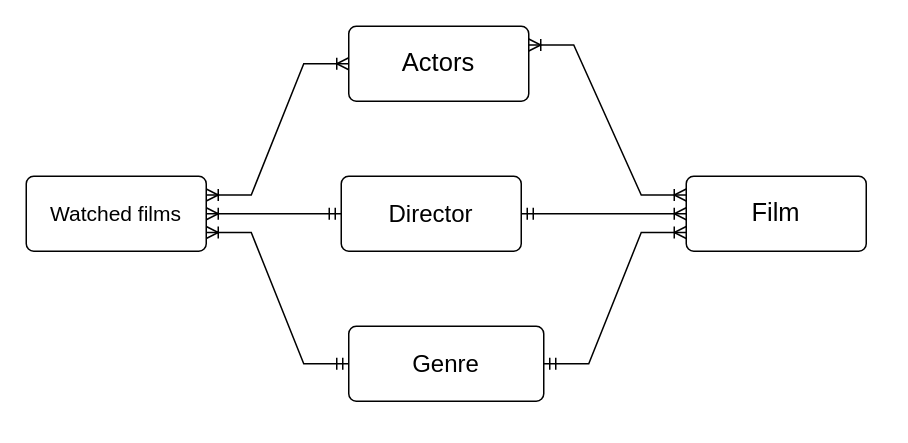
Before: Untitled Diagram.drawio in KhristoforovaDasha/DB_project, a draw.io diagram. Source tidied: cells renumbered, new cells numbered last; positions are measured from the earlier drawing's top-left corner, leaving out a move shared by most shapes. Both pictures are drawn from the tidied source at 150%, with x=0, y=0 at pixel (26, 26).
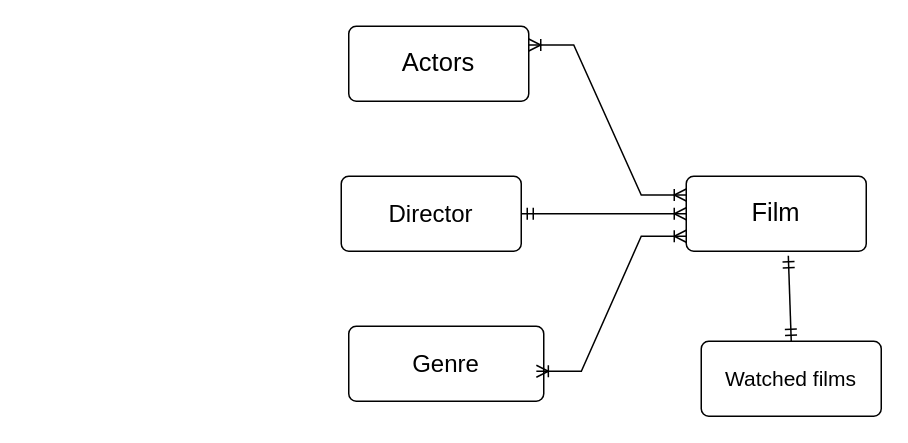
Above is the later version.

Diff of the diagram source:
```diff
@@
 <mxGraphModel>
   <root>
     <mxCell id="0" />
     <mxCell id="1" parent="0" />
     <mxCell id="2" value="&lt;font style=&quot;font-size: 17px;&quot;&gt;Film&lt;/font&gt;" style="rounded=1;arcSize=10;whiteSpace=wrap;html=1;align=center;" parent="1" vertex="1">
       <mxGeometry x="440" y="100" width="120" height="50" as="geometry" />
     </mxCell>
     <mxCell id="3" value="&lt;font style=&quot;font-size: 16px;&quot;&gt;Director&lt;/font&gt;" style="rounded=1;arcSize=10;whiteSpace=wrap;html=1;align=center;" parent="1" vertex="1">
       <mxGeometry x="210" y="100" width="120" height="50" as="geometry" />
     </mxCell>
     <mxCell id="4" value="&lt;font style=&quot;font-size: 17px;&quot;&gt;Actors&lt;/font&gt;" style="rounded=1;arcSize=10;whiteSpace=wrap;html=1;align=center;" parent="1" vertex="1">
       <mxGeometry x="215" width="120" height="50" as="geometry" />
     </mxCell>
     <mxCell id="5" value="&lt;font style=&quot;font-size: 16px;&quot;&gt;Genre&lt;/font&gt;" style="rounded=1;arcSize=10;whiteSpace=wrap;html=1;align=center;" parent="1" vertex="1">
       <mxGeometry x="215" y="200" width="130" height="50" as="geometry" />
     </mxCell>
     <mxCell id="6" value="&lt;font style=&quot;font-size: 14px;&quot;&gt;Watched films&lt;br&gt;&lt;/font&gt;" style="rounded=1;arcSize=10;whiteSpace=wrap;html=1;align=center;" parent="1" vertex="1">
-      <mxGeometry y="100" width="120" height="50" as="geometry" />
+      <mxGeometry x="450" y="210" width="120" height="50" as="geometry" />
     </mxCell>
     <mxCell id="7" style="edgeStyle=entityRelationEdgeStyle;fontSize=12;html=1;endArrow=ERoneToMany;startArrow=ERoneToMany;rounded=0;entryX=1;entryY=0.25;entryDx=0;entryDy=0;exitX=0;exitY=0.25;exitDx=0;exitDy=0;" parent="1" edge="1" source="2" target="4">
       <mxGeometry relative="1" as="geometry" />
     </mxCell>
     <mxCell id="8" style="edgeStyle=entityRelationEdgeStyle;fontSize=12;html=1;endArrow=ERoneToMany;startArrow=ERmandOne;rounded=0;exitX=1;exitY=0.5;exitDx=0;exitDy=0;entryX=0;entryY=0.5;entryDx=0;entryDy=0;" parent="1" edge="1" source="3" target="2">
       <mxGeometry relative="1" as="geometry" />
     </mxCell>
-    <mxCell id="9" style="edgeStyle=entityRelationEdgeStyle;fontSize=12;html=1;endArrow=ERoneToMany;startArrow=ERmandOne;rounded=0;entryX=0;entryY=0.75;entryDx=0;entryDy=0;exitX=1;exitY=0.5;exitDx=0;exitDy=0;" parent="1" edge="1" source="5" target="2">
-      <mxGeometry relative="1" as="geometry" />
-    </mxCell>
-    <mxCell id="10" style="edgeStyle=entityRelationEdgeStyle;fontSize=12;html=1;endArrow=ERoneToMany;startArrow=ERoneToMany;rounded=0;entryX=0;entryY=0.5;entryDx=0;entryDy=0;exitX=1;exitY=0.25;exitDx=0;exitDy=0;" parent="1" edge="1" source="6" target="4">
-      <mxGeometry relative="1" as="geometry" />
-    </mxCell>
-    <mxCell id="11" style="edgeStyle=entityRelationEdgeStyle;fontSize=12;html=1;endArrow=ERoneToMany;startArrow=ERmandOne;rounded=0;exitX=0;exitY=0.5;exitDx=0;exitDy=0;entryX=1;entryY=0.5;entryDx=0;entryDy=0;" parent="1" edge="1" source="3" target="6">
-      <mxGeometry relative="1" as="geometry" />
-    </mxCell>
-    <mxCell id="12" style="edgeStyle=entityRelationEdgeStyle;fontSize=12;html=1;endArrow=ERoneToMany;startArrow=ERmandOne;rounded=0;exitX=0;exitY=0.5;exitDx=0;exitDy=0;entryX=1;entryY=0.75;entryDx=0;entryDy=0;" parent="1" edge="1" source="5" target="6">
-      <mxGeometry relative="1" as="geometry" />
-    </mxCell>
+    <mxCell id="13" style="edgeStyle=entityRelationEdgeStyle;fontSize=12;html=1;endArrow=ERoneToMany;startArrow=ERoneToMany;rounded=0;exitX=0.962;exitY=0.6;exitDx=0;exitDy=0;exitPerimeter=0;" parent="1" edge="1" source="5">
+      <mxGeometry relative="1" as="geometry">
+        <mxPoint x="440" y="140" as="targetPoint" />
+      </mxGeometry>
+    </mxCell>
+    <mxCell id="14" style="fontSize=12;html=1;endArrow=ERmandOne;startArrow=ERmandOne;rounded=0;entryX=0.567;entryY=1.06;entryDx=0;entryDy=0;entryPerimeter=0;exitX=0.5;exitY=0;exitDx=0;exitDy=0;" parent="1" edge="1" source="6" target="2">
+      <mxGeometry relative="1" as="geometry" />
+    </mxCell>
   </root>
 </mxGraphModel>
```
